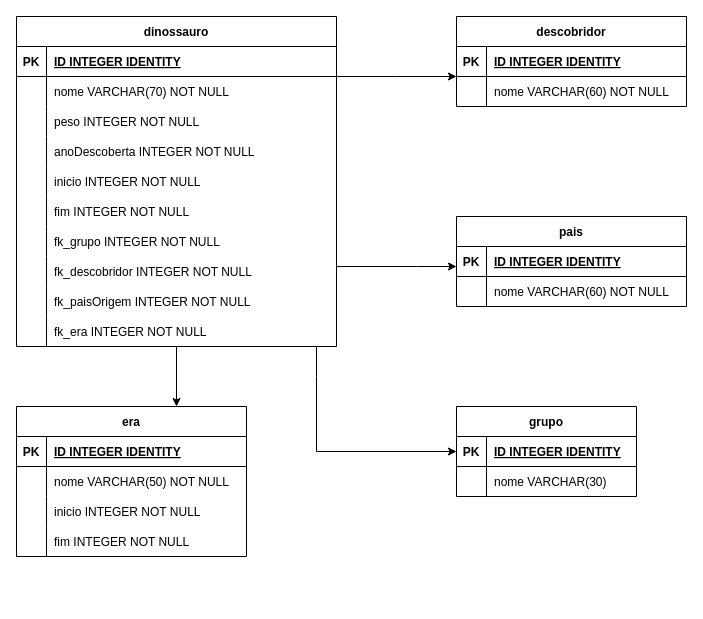
Above: SQL/Dinossauro/Galinheiro.drawio in OQueLucas/AcademiaDotNet (draw.io), before the change. Source tidied: cells renumbered, new cells numbered last; positions are measured from the earlier drawing's top-left corner, leaving out a move shared by most shapes. Both pictures are drawn from the tidied source at 100%, with x=0, y=0 at pixel (16, 16).
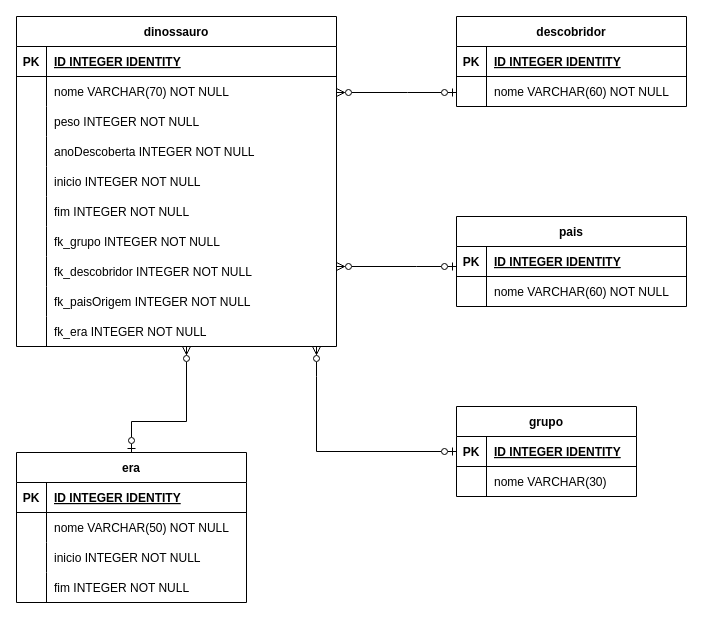
The same diagram, later.

Commit message (it also covers changes not shown here):
Adicionando e atualizando UML dos exercicio das aulas de SQL

The change refers to these unchanged cells:
```xml
<mxCell id="2" value="descobridor" style="shape=table;startSize=30;childLayout=tableLayout;rowLines=0;fontStyle=1;align=center;" parent="1" vertex="1">
  <mxGeometry x="440" width="230" height="90" as="geometry" />
</mxCell>
<mxCell id="9" value="pais" style="shape=table;startSize=30;childLayout=tableLayout;rowLines=0;fontStyle=1;align=center;" parent="1" vertex="1">
  <mxGeometry x="440" y="200" width="230" height="90" as="geometry" />
</mxCell>
<mxCell id="29" value="grupo" style="shape=table;startSize=30;childLayout=tableLayout;rowLines=0;fontStyle=1;align=center;" parent="1" vertex="1">
  <mxGeometry x="440" y="390" width="180" height="90" as="geometry" />
</mxCell>
<mxCell id="36" value="dinossauro" style="shape=table;startSize=30;childLayout=tableLayout;rowLines=0;fontStyle=1;align=center;" parent="1" vertex="1">
  <mxGeometry width="320" height="330" as="geometry" />
</mxCell>
```

Diff of the diagram source:
```diff
@@
     <mxCell id="16" value="era" style="shape=table;startSize=30;childLayout=tableLayout;rowLines=0;fontStyle=1;align=center;" parent="1" vertex="1">
-      <mxGeometry y="390" width="230" height="150" as="geometry" />
+      <mxGeometry y="436" width="230" height="150" as="geometry" />
     </mxCell>
@@
-    <mxCell id="67" style="edgeStyle=orthogonalEdgeStyle;rounded=0;jettySize=auto;html=1;fontFamily=Helvetica;fontSize=12;fontColor=default;startSize=30;" parent="1" edge="1" source="36" target="29">
+    <mxCell id="67" style="edgeStyle=orthogonalEdgeStyle;rounded=0;jettySize=auto;html=1;fontFamily=Helvetica;fontSize=12;fontColor=default;startSize=6;startArrow=ERzeroToMany;startFill=0;endArrow=ERzeroToOne;endFill=0;" parent="1" edge="1" source="36" target="29">
       <mxGeometry relative="1" as="geometry">
         <Array as="points">
           <mxPoint x="300" y="360" />
           <mxPoint x="300" y="360" />
         </Array>
       </mxGeometry>
     </mxCell>
-    <mxCell id="68" style="edgeStyle=orthogonalEdgeStyle;rounded=0;jettySize=auto;html=1;fontFamily=Helvetica;fontSize=12;fontColor=default;startSize=30;" parent="1" edge="1" source="36" target="2">
+    <mxCell id="68" style="edgeStyle=orthogonalEdgeStyle;rounded=0;jettySize=auto;html=1;fontFamily=Helvetica;fontSize=12;fontColor=default;startSize=6;endSize=6;startArrow=ERzeroToMany;startFill=0;endArrow=ERzeroToOne;endFill=0;" parent="1" edge="1" source="36" target="2">
       <mxGeometry relative="1" as="geometry">
         <Array as="points">
-          <mxPoint x="380" y="60" />
-          <mxPoint x="380" y="60" />
+          <mxPoint x="391" y="76" />
+          <mxPoint x="391" y="76" />
         </Array>
       </mxGeometry>
     </mxCell>
-    <mxCell id="69" style="edgeStyle=orthogonalEdgeStyle;rounded=0;jettySize=auto;html=1;fontFamily=Helvetica;fontSize=12;fontColor=default;startSize=30;" parent="1" edge="1" source="36" target="9">
+    <mxCell id="69" style="edgeStyle=orthogonalEdgeStyle;rounded=0;jettySize=auto;html=1;fontFamily=Helvetica;fontSize=12;fontColor=default;startSize=6;startArrow=ERzeroToMany;startFill=0;endArrow=ERzeroToOne;endFill=0;" parent="1" edge="1" source="36" target="9">
       <mxGeometry relative="1" as="geometry">
         <Array as="points">
           <mxPoint x="400" y="250" />
           <mxPoint x="400" y="250" />
         </Array>
       </mxGeometry>
     </mxCell>
-    <mxCell id="70" style="edgeStyle=orthogonalEdgeStyle;rounded=0;jettySize=auto;html=1;fontFamily=Helvetica;fontSize=12;fontColor=default;startSize=30;" parent="1" edge="1" source="36" target="16">
+    <mxCell id="70" style="edgeStyle=orthogonalEdgeStyle;rounded=0;jettySize=auto;html=1;fontFamily=Helvetica;fontSize=12;fontColor=default;startSize=6;endArrow=ERzeroToOne;endFill=0;startArrow=ERzeroToMany;startFill=0;endSize=6;" parent="1" edge="1" source="36" target="16">
       <mxGeometry relative="1" as="geometry">
         <Array as="points">
           <mxPoint x="170" y="405" />
         </Array>
       </mxGeometry>
     </mxCell>
```
